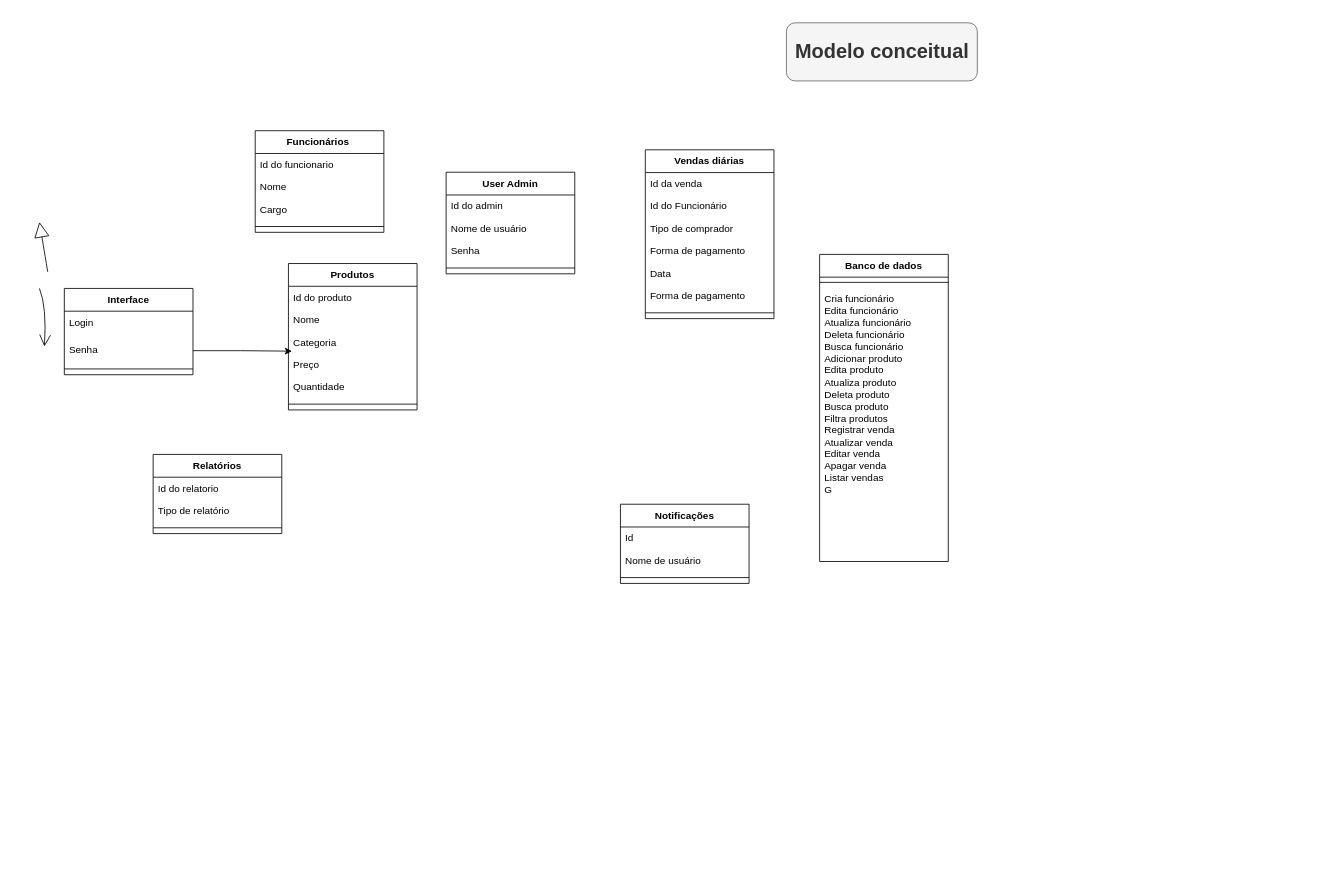
Before: Diagrama sem nome.drawio in belleruivo/cantina-fatore, a draw.io diagram. Source tidied: cells renumbered, new cells numbered last; positions are measured from the earlier drawing's top-left corner, leaving out a move shared by most shapes. Both pictures are drawn from the tidied source at 83%, with x=0, y=0 at pixel (39, 22).
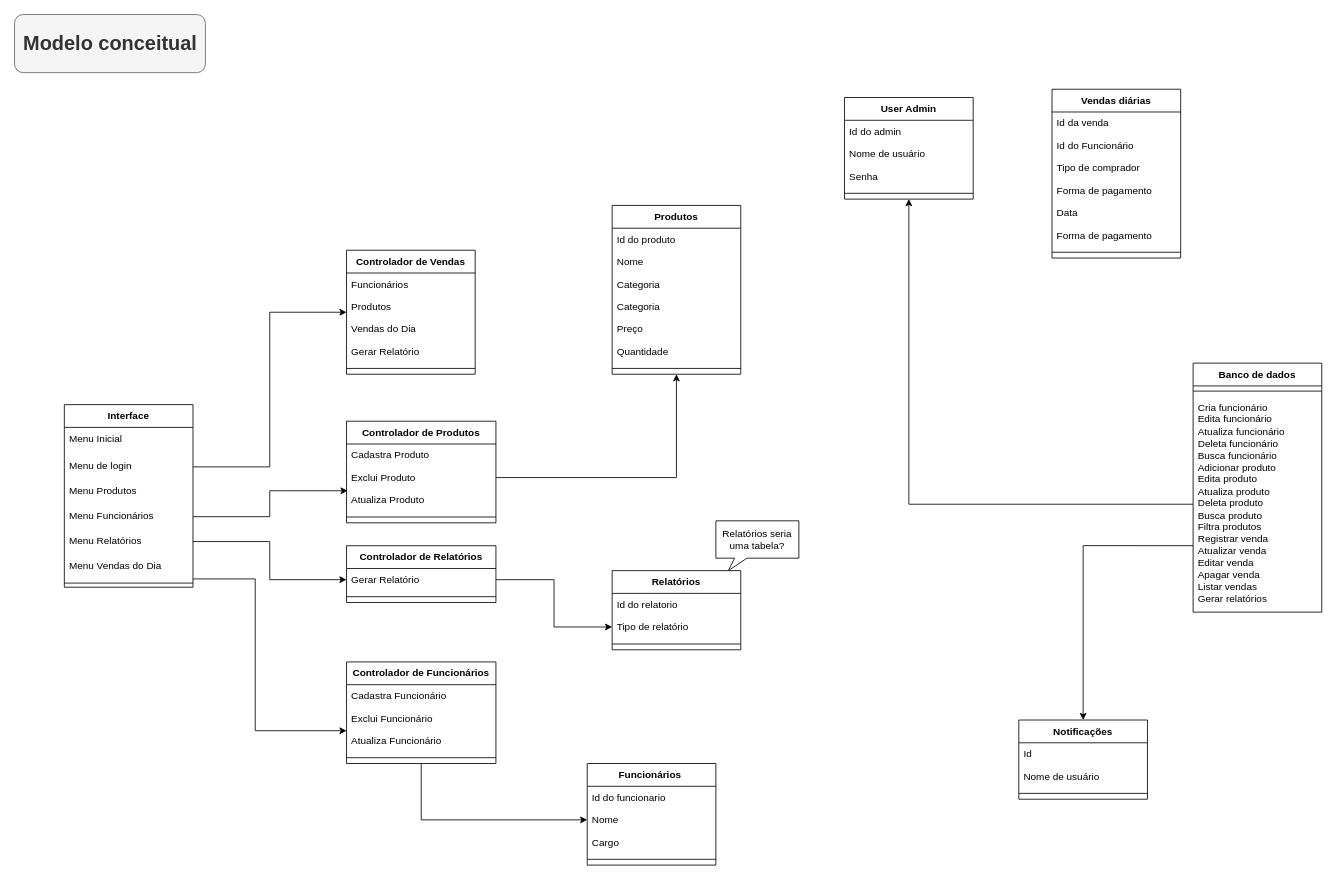
The same page after the edit.

The change refers to these unchanged cells:
```xml
<mxCell id="14" value="Tipo de relatório" style="text;strokeColor=none;fillColor=none;align=left;verticalAlign=top;spacingLeft=4;spacingRight=4;overflow=hidden;points=[[0,0.5],[1,0.5]];portConstraint=eastwest;" parent="12" vertex="1">
  <mxGeometry y="54.4" width="155" height="27" as="geometry" />
</mxCell>
```

Change to the diagram source:
```diff
@@
     <mxCell id="2" value="Banco de dados" style="swimlane;fontStyle=1;align=center;verticalAlign=top;horizontal=1;startSize=27.428571428571427;" parent="1" vertex="1">
-      <mxGeometry x="940" y="279" width="155" height="370" as="geometry" />
+      <mxGeometry x="1390" y="410" width="155" height="300" as="geometry" />
     </mxCell>
@@
-    <mxCell id="4" value="Cria funcionário&lt;div&gt;Edita funcionário&lt;/div&gt;&lt;div&gt;Atualiza funcionário&lt;/div&gt;&lt;div&gt;Deleta funcionário&lt;/div&gt;&lt;div&gt;Busca funcionário&lt;/div&gt;&lt;div&gt;Adicionar produto&lt;/div&gt;&lt;div&gt;Edita produto&lt;/div&gt;&lt;div&gt;Atualiza produto&lt;/div&gt;&lt;div&gt;Deleta produto&lt;/div&gt;&lt;div&gt;Busca produto&lt;/div&gt;&lt;div&gt;Filtra produtos&lt;/div&gt;&lt;div&gt;Registrar venda&lt;/div&gt;&lt;div&gt;Atualizar venda&lt;/div&gt;&lt;div&gt;Editar venda&lt;/div&gt;&lt;div&gt;Apagar venda&lt;/div&gt;&lt;div&gt;Listar vendas&lt;/div&gt;&lt;div&gt;G&lt;/div&gt;&lt;div&gt;&lt;br&gt;&lt;/div&gt;" style="text;strokeColor=none;fillColor=none;align=left;verticalAlign=top;spacingLeft=4;spacingRight=4;overflow=hidden;points=[[0,0.5],[1,0.5]];portConstraint=eastwest;whiteSpace=wrap;html=1;" parent="2" vertex="1">
-      <mxGeometry y="40" width="155" height="330" as="geometry" />
+    <mxCell id="4" value="Cria funcionário&lt;div&gt;Edita funcionário&lt;/div&gt;&lt;div&gt;Atualiza funcionário&lt;/div&gt;&lt;div&gt;Deleta funcionário&lt;/div&gt;&lt;div&gt;Busca funcionário&lt;/div&gt;&lt;div&gt;Adicionar produto&lt;/div&gt;&lt;div&gt;Edita produto&lt;/div&gt;&lt;div&gt;Atualiza produto&lt;/div&gt;&lt;div&gt;Deleta produto&lt;/div&gt;&lt;div&gt;Busca produto&lt;/div&gt;&lt;div&gt;Filtra produtos&lt;/div&gt;&lt;div&gt;Registrar venda&lt;/div&gt;&lt;div&gt;Atualizar venda&lt;/div&gt;&lt;div&gt;Editar venda&lt;/div&gt;&lt;div&gt;Apagar venda&lt;/div&gt;&lt;div&gt;Listar vendas&lt;/div&gt;&lt;div&gt;Gerar relatórios&lt;/div&gt;&lt;div&gt;&lt;br&gt;&lt;/div&gt;" style="text;strokeColor=none;fillColor=none;align=left;verticalAlign=top;spacingLeft=4;spacingRight=4;overflow=hidden;points=[[0,0.5],[1,0.5]];portConstraint=eastwest;whiteSpace=wrap;html=1;" parent="2" vertex="1">
+      <mxGeometry y="40" width="155" height="260" as="geometry" />
     </mxCell>
-    <mxCell id="5" style="curved=1;startArrow=block;startSize=16;startFill=0;endArrow=none;" parent="1" edge="1">
-      <mxGeometry relative="1" as="geometry">
-        <mxPoint y="240" as="sourcePoint" />
-        <mxPoint x="10" y="300" as="targetPoint" />
-      </mxGeometry>
-    </mxCell>
-    <mxCell id="6" style="curved=1;startArrow=open;startSize=12;endArrow=none;fontColor=#FFFFFF;strokeColor=#000000;" parent="1" edge="1">
-      <mxGeometry relative="1" as="geometry">
-        <mxPoint x="6" y="390" as="sourcePoint" />
-        <mxPoint y="320" as="targetPoint" />
-        <Array as="points">
-          <mxPoint x="9" y="342" />
-        </Array>
-      </mxGeometry>
-    </mxCell>
     <mxCell id="7" value="User Admin" style="swimlane;fontStyle=1;align=center;verticalAlign=top;horizontal=1;startSize=27.428571428571427;" parent="1" vertex="1">
-      <mxGeometry x="490" y="180" width="155" height="122.4" as="geometry" />
+      <mxGeometry x="970" y="90" width="155" height="122.4" as="geometry" />
     </mxCell>
@@
     <mxCell id="12" value="Relatórios" style="swimlane;fontStyle=1;align=center;verticalAlign=top;horizontal=1;startSize=27.428571428571427;" parent="1" vertex="1">
-      <mxGeometry x="137" y="520" width="155" height="95.4" as="geometry" />
+      <mxGeometry x="690" y="660" width="155" height="95.4" as="geometry" />
     </mxCell>
@@
     <mxCell id="16" value="Vendas diárias" style="swimlane;fontStyle=1;align=center;verticalAlign=top;horizontal=1;startSize=27.428571428571427;" parent="1" vertex="1">
-      <mxGeometry x="730" y="153" width="155" height="203.4" as="geometry" />
+      <mxGeometry x="1220" y="80" width="155" height="203.4" as="geometry" />
     </mxCell>
@@
-    <mxCell id="24" value="Funcionários " style="swimlane;fontStyle=1;align=center;verticalAlign=top;horizontal=1;startSize=27.428571428571427;" parent="1" vertex="1">
-      <mxGeometry x="260" y="130" width="155" height="122.4" as="geometry" />
-    </mxCell>
-    <mxCell id="25" value="Id do funcionario" style="text;strokeColor=none;fillColor=none;align=left;verticalAlign=top;spacingLeft=4;spacingRight=4;overflow=hidden;" parent="24" vertex="1">
-      <mxGeometry y="27.4" width="155" height="27" as="geometry" />
-    </mxCell>
-    <mxCell id="26" value="Nome" style="text;strokeColor=none;fillColor=none;align=left;verticalAlign=top;spacingLeft=4;spacingRight=4;overflow=hidden;points=[[0,0.5],[1,0.5]];portConstraint=eastwest;" parent="24" vertex="1">
-      <mxGeometry y="54.4" width="155" height="27" as="geometry" />
-    </mxCell>
-    <mxCell id="27" value="Cargo" style="text;strokeColor=none;fillColor=none;align=left;verticalAlign=top;spacingLeft=4;spacingRight=4;overflow=hidden;" parent="24" vertex="1">
-      <mxGeometry y="81.4" width="155" height="27" as="geometry" />
-    </mxCell>
-    <mxCell id="28" style="line;strokeWidth=1;fillColor=none;align=left;verticalAlign=middle;spacingTop=-1;spacingLeft=3;spacingRight=3;labelPosition=right;strokeColor=inherit;" parent="24" vertex="1">
-      <mxGeometry y="108.4" width="155" height="14" as="geometry" />
-    </mxCell>
     <mxCell id="29" value="Notificações" style="swimlane;fontStyle=1;align=center;verticalAlign=top;horizontal=1;startSize=27.428571428571427;" parent="1" vertex="1">
-      <mxGeometry x="700" y="580" width="155" height="95.4" as="geometry" />
+      <mxGeometry x="1180" y="840" width="155" height="95.4" as="geometry" />
     </mxCell>
@@
     <mxCell id="33" value="Produtos" style="swimlane;fontStyle=1;align=center;verticalAlign=top;horizontal=1;startSize=27.428571428571427;" parent="1" vertex="1">
-      <mxGeometry x="300" y="290" width="155" height="176.4" as="geometry" />
+      <mxGeometry x="690" y="220" width="155" height="203.4" as="geometry" />
     </mxCell>
@@
+    <mxCell id="46" value="Categoria" style="text;strokeColor=none;fillColor=none;align=left;verticalAlign=top;spacingLeft=4;spacingRight=4;overflow=hidden;" parent="33" vertex="1">
+      <mxGeometry y="108.4" width="155" height="27" as="geometry" />
+    </mxCell>
     <mxCell id="37" value="Preço" style="text;strokeColor=none;fillColor=none;align=left;verticalAlign=top;spacingLeft=4;spacingRight=4;overflow=hidden;points=[[0,0.5],[1,0.5]];portConstraint=eastwest;" parent="33" vertex="1">
-      <mxGeometry y="108.4" width="155" height="27" as="geometry" />
+      <mxGeometry y="135.4" width="155" height="27" as="geometry" />
     </mxCell>
     <mxCell id="38" value="Quantidade" style="text;strokeColor=none;fillColor=none;align=left;verticalAlign=top;spacingLeft=4;spacingRight=4;overflow=hidden;" parent="33" vertex="1">
-      <mxGeometry y="135.4" width="155" height="27" as="geometry" />
+      <mxGeometry y="162.4" width="155" height="27" as="geometry" />
     </mxCell>
     <mxCell id="39" style="line;strokeWidth=1;fillColor=none;align=left;verticalAlign=middle;spacingTop=-1;spacingLeft=3;spacingRight=3;labelPosition=right;strokeColor=inherit;" parent="33" vertex="1">
-      <mxGeometry y="162.4" width="155" height="14" as="geometry" />
+      <mxGeometry y="189.4" width="155" height="14" as="geometry" />
     </mxCell>
     <mxCell id="40" value="Interface" style="swimlane;fontStyle=1;align=center;verticalAlign=top;horizontal=1;startSize=27.428571428571427;" parent="1" vertex="1">
-      <mxGeometry x="30" y="320" width="155" height="104" as="geometry" />
+      <mxGeometry x="30" y="460" width="155" height="220" as="geometry" />
     </mxCell>
-    <mxCell id="41" value="Login" style="text;strokeColor=none;fillColor=none;align=left;verticalAlign=top;spacingLeft=4;spacingRight=4;overflow=hidden;" parent="40" vertex="1">
+    <mxCell id="41" value="Menu Inicial" style="text;strokeColor=none;fillColor=none;align=left;verticalAlign=top;spacingLeft=4;spacingRight=4;overflow=hidden;" parent="40" vertex="1">
       <mxGeometry y="27.4" width="155" height="32.6" as="geometry" />
     </mxCell>
-    <mxCell id="42" value="Senha" style="text;strokeColor=none;fillColor=none;align=left;verticalAlign=top;spacingLeft=4;spacingRight=4;overflow=hidden;points=[[0,0.5],[1,0.5]];portConstraint=eastwest;" parent="40" vertex="1">
+    <mxCell id="42" value="Menu de login" style="text;strokeColor=none;fillColor=none;align=left;verticalAlign=top;spacingLeft=4;spacingRight=4;overflow=hidden;points=[[0,0.5],[1,0.5]];portConstraint=eastwest;" parent="40" vertex="1">
       <mxGeometry y="60" width="155" height="30" as="geometry" />
     </mxCell>
+    <mxCell id="47" value="Menu Produtos" style="text;strokeColor=none;fillColor=none;align=left;verticalAlign=top;spacingLeft=4;spacingRight=4;overflow=hidden;" parent="40" vertex="1">
+      <mxGeometry y="90" width="155" height="30" as="geometry" />
+    </mxCell>
+    <mxCell id="48" value="Menu Funcionários" style="text;strokeColor=none;fillColor=none;align=left;verticalAlign=top;spacingLeft=4;spacingRight=4;overflow=hidden;points=[[0,0.5],[1,0.5]];portConstraint=eastwest;" parent="40" vertex="1">
+      <mxGeometry y="120" width="155" height="30" as="geometry" />
+    </mxCell>
+    <mxCell id="49" value="Menu Relatórios" style="text;strokeColor=none;fillColor=none;align=left;verticalAlign=top;spacingLeft=4;spacingRight=4;overflow=hidden;points=[[0,0.5],[1,0.5]];portConstraint=eastwest;" parent="40" vertex="1">
+      <mxGeometry y="150" width="155" height="30" as="geometry" />
+    </mxCell>
+    <mxCell id="50" value="Menu Vendas do Dia" style="text;strokeColor=none;fillColor=none;align=left;verticalAlign=top;spacingLeft=4;spacingRight=4;overflow=hidden;" parent="40" vertex="1">
+      <mxGeometry y="180" width="155" height="30" as="geometry" />
+    </mxCell>
     <mxCell id="43" style="line;strokeWidth=1;fillColor=none;align=left;verticalAlign=middle;spacingTop=-1;spacingLeft=3;spacingRight=3;labelPosition=right;strokeColor=inherit;" parent="40" vertex="1">
-      <mxGeometry y="90" width="155" height="14" as="geometry" />
+      <mxGeometry y="210" width="155" height="10" as="geometry" />
     </mxCell>
     <mxCell id="44" value="&lt;h1&gt;Modelo conceitual&lt;/h1&gt;" style="text;html=1;align=center;verticalAlign=middle;fillColor=#f5f5f5;fontColor=#333333;strokeColor=#666666;rounded=1;" parent="1" vertex="1">
-      <mxGeometry x="900" width="230" height="70" as="geometry" />
+      <mxGeometry x="-30" y="-10" width="230" height="70" as="geometry" />
     </mxCell>
-    <mxCell id="45" style="edgeStyle=orthogonalEdgeStyle;rounded=0;jettySize=auto;html=1;entryX=0.028;entryY=-0.104;entryDx=0;entryDy=0;entryPerimeter=0;" parent="1" edge="1" source="42" target="37">
-      <mxGeometry relative="1" as="geometry" />
-    </mxCell>
+    <mxCell id="51" value="Relatórios seria uma tabela?" style="whiteSpace=wrap;html=1;shape=mxgraph.basic.rectCallout;dx=30;dy=15;boundedLbl=1;" parent="1" vertex="1">
+      <mxGeometry x="815" y="600" width="100" height="60" as="geometry" />
+    </mxCell>
+    <mxCell id="52" value="Controlador de Vendas" style="swimlane;fontStyle=1;align=center;verticalAlign=top;horizontal=1;startSize=27.428571428571427;" parent="1" vertex="1">
+      <mxGeometry x="370" y="274" width="155" height="149.4" as="geometry" />
+    </mxCell>
+    <mxCell id="53" value="Funcionários" style="text;strokeColor=none;fillColor=none;align=left;verticalAlign=top;spacingLeft=4;spacingRight=4;overflow=hidden;" parent="52" vertex="1">
+      <mxGeometry y="27.4" width="155" height="27" as="geometry" />
+    </mxCell>
+    <mxCell id="54" value="Produtos" style="text;strokeColor=none;fillColor=none;align=left;verticalAlign=top;spacingLeft=4;spacingRight=4;overflow=hidden;" parent="52" vertex="1">
+      <mxGeometry y="54.4" width="155" height="27" as="geometry" />
+    </mxCell>
+    <mxCell id="55" value="Vendas do Dia" style="text;strokeColor=none;fillColor=none;align=left;verticalAlign=top;spacingLeft=4;spacingRight=4;overflow=hidden;" parent="52" vertex="1">
+      <mxGeometry y="81.4" width="155" height="27" as="geometry" />
+    </mxCell>
+    <mxCell id="56" value="Gerar Relatório" style="text;strokeColor=none;fillColor=none;align=left;verticalAlign=top;spacingLeft=4;spacingRight=4;overflow=hidden;" parent="52" vertex="1">
+      <mxGeometry y="108.4" width="155" height="27" as="geometry" />
+    </mxCell>
+    <mxCell id="57" style="line;strokeWidth=1;fillColor=none;align=left;verticalAlign=middle;spacingTop=-1;spacingLeft=3;spacingRight=3;labelPosition=right;strokeColor=inherit;" parent="52" vertex="1">
+      <mxGeometry y="135.4" width="155" height="14" as="geometry" />
+    </mxCell>
+    <mxCell id="58" style="edgeStyle=orthogonalEdgeStyle;rounded=0;jettySize=auto;html=1;entryX=0.5;entryY=1;entryDx=0;entryDy=0;" parent="1" edge="1" source="4" target="7">
+      <mxGeometry relative="1" as="geometry" />
+    </mxCell>
+    <mxCell id="59" style="edgeStyle=orthogonalEdgeStyle;rounded=0;jettySize=auto;html=1;exitX=1;exitY=0.5;exitDx=0;exitDy=0;entryX=0;entryY=0.5;entryDx=0;entryDy=0;" parent="1" edge="1" source="42" target="52">
+      <mxGeometry relative="1" as="geometry" />
+    </mxCell>
+    <mxCell id="60" style="edgeStyle=orthogonalEdgeStyle;rounded=0;jettySize=auto;html=1;exitX=1;exitY=0.5;exitDx=0;exitDy=0;entryX=0.5;entryY=1;entryDx=0;entryDy=0;" parent="1" edge="1" source="69" target="33">
+      <mxGeometry relative="1" as="geometry" />
+    </mxCell>
+    <mxCell id="61" style="edgeStyle=orthogonalEdgeStyle;rounded=0;jettySize=auto;html=1;entryX=0;entryY=0.5;entryDx=0;entryDy=0;" parent="1" edge="1" source="62" target="26">
+      <mxGeometry relative="1" as="geometry" />
+    </mxCell>
+    <mxCell id="62" value="Controlador de Funcionários" style="swimlane;fontStyle=1;align=center;verticalAlign=top;horizontal=1;startSize=27.428571428571427;" parent="1" vertex="1">
+      <mxGeometry x="370" y="770" width="180" height="122.4" as="geometry" />
+    </mxCell>
+    <mxCell id="63" value="Cadastra Funcionário" style="text;strokeColor=none;fillColor=none;align=left;verticalAlign=top;spacingLeft=4;spacingRight=4;overflow=hidden;" parent="62" vertex="1">
+      <mxGeometry y="27.4" width="180" height="27" as="geometry" />
+    </mxCell>
+    <mxCell id="64" value="Exclui Funcionário" style="text;strokeColor=none;fillColor=none;align=left;verticalAlign=top;spacingLeft=4;spacingRight=4;overflow=hidden;" parent="62" vertex="1">
+      <mxGeometry y="54.4" width="180" height="27" as="geometry" />
+    </mxCell>
+    <mxCell id="65" value="Atualiza Funcionário" style="text;strokeColor=none;fillColor=none;align=left;verticalAlign=top;spacingLeft=4;spacingRight=4;overflow=hidden;" parent="62" vertex="1">
+      <mxGeometry y="81.4" width="180" height="27" as="geometry" />
+    </mxCell>
+    <mxCell id="66" style="line;strokeWidth=1;fillColor=none;align=left;verticalAlign=middle;spacingTop=-1;spacingLeft=3;spacingRight=3;labelPosition=right;strokeColor=inherit;" parent="62" vertex="1">
+      <mxGeometry y="108.4" width="180" height="14" as="geometry" />
+    </mxCell>
+    <mxCell id="67" value="Controlador de Produtos" style="swimlane;fontStyle=1;align=center;verticalAlign=top;horizontal=1;startSize=27.428571428571427;" parent="1" vertex="1">
+      <mxGeometry x="370" y="480" width="180" height="122.4" as="geometry" />
+    </mxCell>
+    <mxCell id="68" value="Cadastra Produto" style="text;strokeColor=none;fillColor=none;align=left;verticalAlign=top;spacingLeft=4;spacingRight=4;overflow=hidden;" parent="67" vertex="1">
+      <mxGeometry y="27.4" width="180" height="27" as="geometry" />
+    </mxCell>
+    <mxCell id="69" value="Exclui Produto" style="text;strokeColor=none;fillColor=none;align=left;verticalAlign=top;spacingLeft=4;spacingRight=4;overflow=hidden;points=[[0,0.5],[1,0.5]];portConstraint=eastwest;" parent="67" vertex="1">
+      <mxGeometry y="54.4" width="180" height="27" as="geometry" />
+    </mxCell>
+    <mxCell id="70" value="Atualiza Produto" style="text;strokeColor=none;fillColor=none;align=left;verticalAlign=top;spacingLeft=4;spacingRight=4;overflow=hidden;" parent="67" vertex="1">
+      <mxGeometry y="81.4" width="180" height="27" as="geometry" />
+    </mxCell>
+    <mxCell id="71" style="line;strokeWidth=1;fillColor=none;align=left;verticalAlign=middle;spacingTop=-1;spacingLeft=3;spacingRight=3;labelPosition=right;strokeColor=inherit;" parent="67" vertex="1">
+      <mxGeometry y="108.4" width="180" height="14" as="geometry" />
+    </mxCell>
+    <mxCell id="72" style="edgeStyle=orthogonalEdgeStyle;rounded=0;jettySize=auto;html=1;entryX=0.007;entryY=1.088;entryDx=0;entryDy=0;entryPerimeter=0;" parent="1" edge="1" source="48" target="69">
+      <mxGeometry relative="1" as="geometry" />
+    </mxCell>
+    <mxCell id="73" style="edgeStyle=orthogonalEdgeStyle;rounded=0;orthogonalLoop=1;jettySize=auto;html=1;entryX=0;entryY=0.5;entryDx=0;entryDy=0;" parent="1" edge="1">
+      <mxGeometry relative="1" as="geometry">
+        <mxPoint x="185" y="670" as="sourcePoint" />
+        <mxPoint x="370" y="852.9" as="targetPoint" />
+        <Array as="points">
+          <mxPoint x="260" y="670" />
+          <mxPoint x="260" y="853" />
+        </Array>
+      </mxGeometry>
+    </mxCell>
+    <mxCell id="24" value="Funcionários " style="swimlane;fontStyle=1;align=center;verticalAlign=top;horizontal=1;startSize=27.428571428571427;" parent="1" vertex="1">
+      <mxGeometry x="660" y="892.4" width="155" height="122.4" as="geometry" />
+    </mxCell>
+    <mxCell id="25" value="Id do funcionario" style="text;strokeColor=none;fillColor=none;align=left;verticalAlign=top;spacingLeft=4;spacingRight=4;overflow=hidden;" parent="24" vertex="1">
+      <mxGeometry y="27.4" width="155" height="27" as="geometry" />
+    </mxCell>
+    <mxCell id="26" value="Nome" style="text;strokeColor=none;fillColor=none;align=left;verticalAlign=top;spacingLeft=4;spacingRight=4;overflow=hidden;points=[[0,0.5],[1,0.5]];portConstraint=eastwest;" parent="24" vertex="1">
+      <mxGeometry y="54.4" width="155" height="27" as="geometry" />
+    </mxCell>
+    <mxCell id="27" value="Cargo" style="text;strokeColor=none;fillColor=none;align=left;verticalAlign=top;spacingLeft=4;spacingRight=4;overflow=hidden;" parent="24" vertex="1">
+      <mxGeometry y="81.4" width="155" height="27" as="geometry" />
+    </mxCell>
+    <mxCell id="28" style="line;strokeWidth=1;fillColor=none;align=left;verticalAlign=middle;spacingTop=-1;spacingLeft=3;spacingRight=3;labelPosition=right;strokeColor=inherit;" parent="24" vertex="1">
+      <mxGeometry y="108.4" width="155" height="14" as="geometry" />
+    </mxCell>
+    <mxCell id="74" value="Controlador de Relatórios" style="swimlane;fontStyle=1;align=center;verticalAlign=top;horizontal=1;startSize=27.428571428571427;" parent="1" vertex="1">
+      <mxGeometry x="370" y="630" width="180" height="68.4" as="geometry" />
+    </mxCell>
+    <mxCell id="75" value="Gerar Relatório" style="text;strokeColor=none;fillColor=none;align=left;verticalAlign=top;spacingLeft=4;spacingRight=4;overflow=hidden;points=[[0,0.5],[1,0.5]];portConstraint=eastwest;" parent="74" vertex="1">
+      <mxGeometry y="27.4" width="180" height="27" as="geometry" />
+    </mxCell>
+    <mxCell id="76" style="line;strokeWidth=1;fillColor=none;align=left;verticalAlign=middle;spacingTop=-1;spacingLeft=3;spacingRight=3;labelPosition=right;strokeColor=inherit;" parent="74" vertex="1">
+      <mxGeometry y="54.4" width="180" height="14" as="geometry" />
+    </mxCell>
+    <mxCell id="77" style="edgeStyle=orthogonalEdgeStyle;rounded=0;jettySize=auto;html=1;" parent="1" edge="1" source="49" target="75">
+      <mxGeometry relative="1" as="geometry" />
+    </mxCell>
+    <mxCell id="78" style="edgeStyle=orthogonalEdgeStyle;rounded=0;jettySize=auto;html=1;exitX=1;exitY=0.5;exitDx=0;exitDy=0;entryX=0;entryY=0.5;entryDx=0;entryDy=0;" parent="1" edge="1" source="75" target="14">
+      <mxGeometry relative="1" as="geometry" />
+    </mxCell>
+    <mxCell id="79" style="edgeStyle=orthogonalEdgeStyle;rounded=0;jettySize=auto;html=1;exitX=0;exitY=0.692;exitDx=0;exitDy=0;exitPerimeter=0;" parent="1" edge="1" source="4" target="29">
+      <mxGeometry relative="1" as="geometry" />
+    </mxCell>
```
